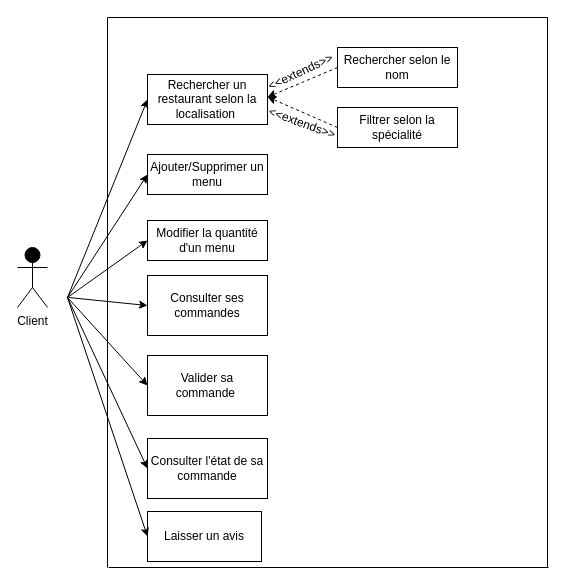
Earlier version of the draw.io diagram diagrammes/diagramme_utilisation_utilisateur.drawio (TheAIWizard/Ensaeats). Source tidied: cells renumbered, new cells numbered last; positions are measured from the earlier drawing's top-left corner, leaving out a move shared by most shapes. Both pictures are drawn from the tidied source at 100%, with x=0, y=0 at pixel (17, 17).
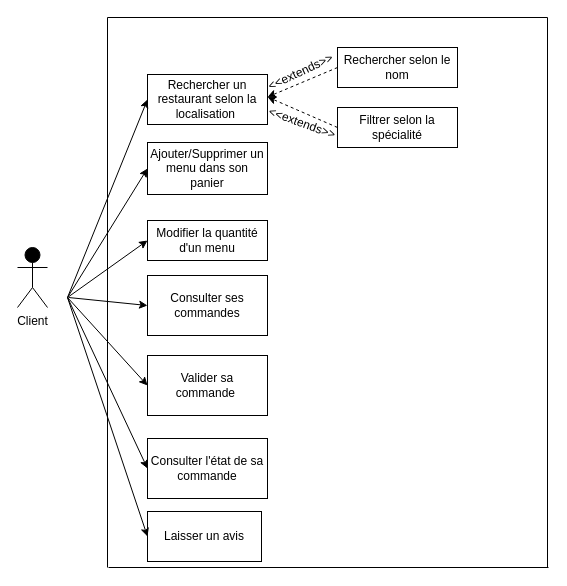
Above is the later version.

The edit, as a diff of the source:
```diff
@@
-    <mxCell id="10" value="Ajouter/Supprimer un menu" style="rounded=0;whiteSpace=wrap;html=1;" parent="1" vertex="1">
-      <mxGeometry x="130" y="137" width="120" height="40" as="geometry" />
+    <mxCell id="10" value="Ajouter/Supprimer un menu dans son panier" style="rounded=0;whiteSpace=wrap;html=1;" parent="1" vertex="1">
+      <mxGeometry x="130" y="125" width="120" height="52" as="geometry" />
     </mxCell>
```
